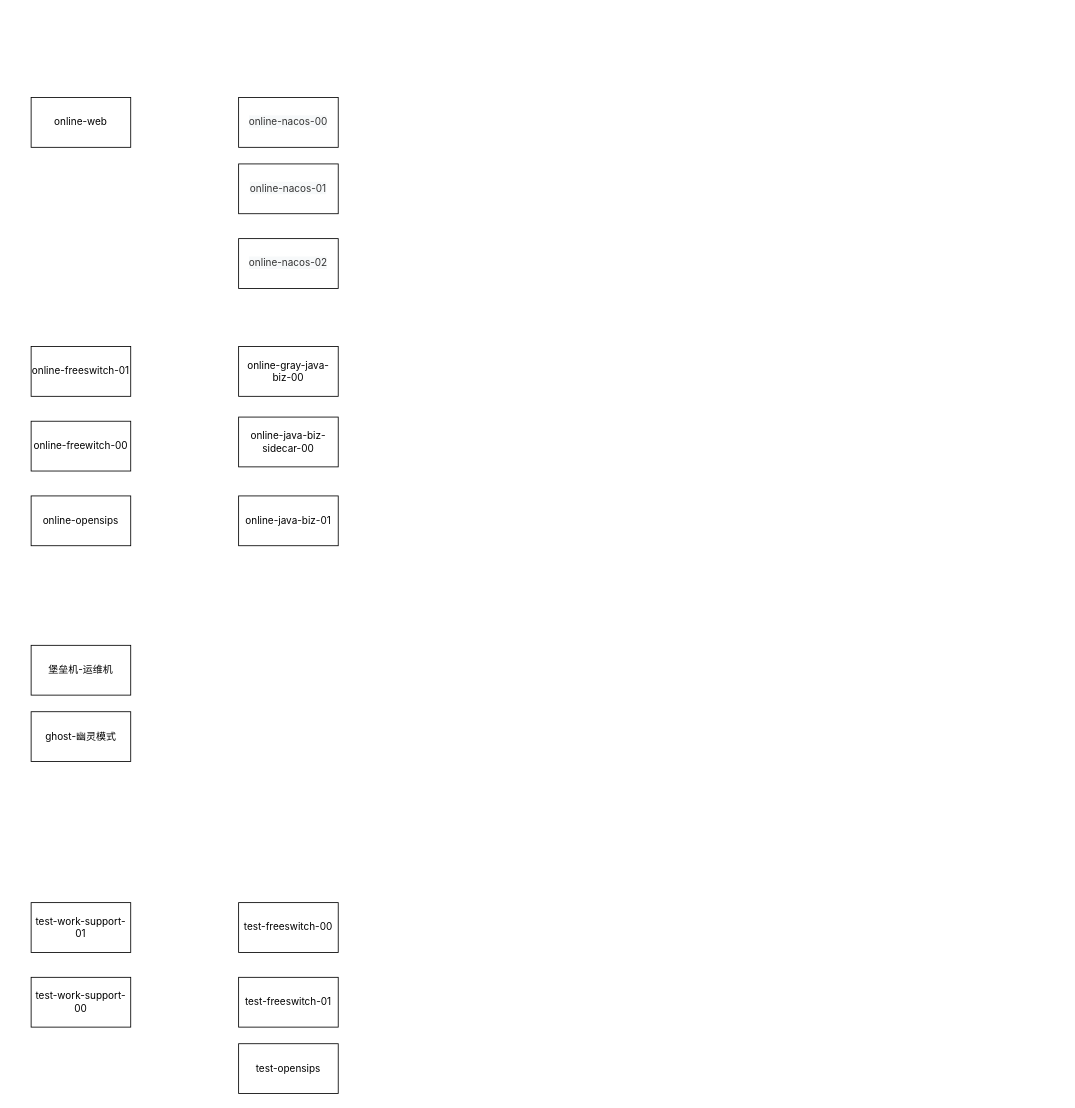
Before: 生产环境网络架构图1.1.drawio in zhuhuifei/draw.io, a draw.io diagram. Source tidied: cells renumbered, new cells numbered last; positions are measured from the earlier drawing's top-left corner, leaving out a move shared by most shapes. Both pictures are drawn from the tidied source at 83%, with x=0, y=0 at pixel (31, 97).
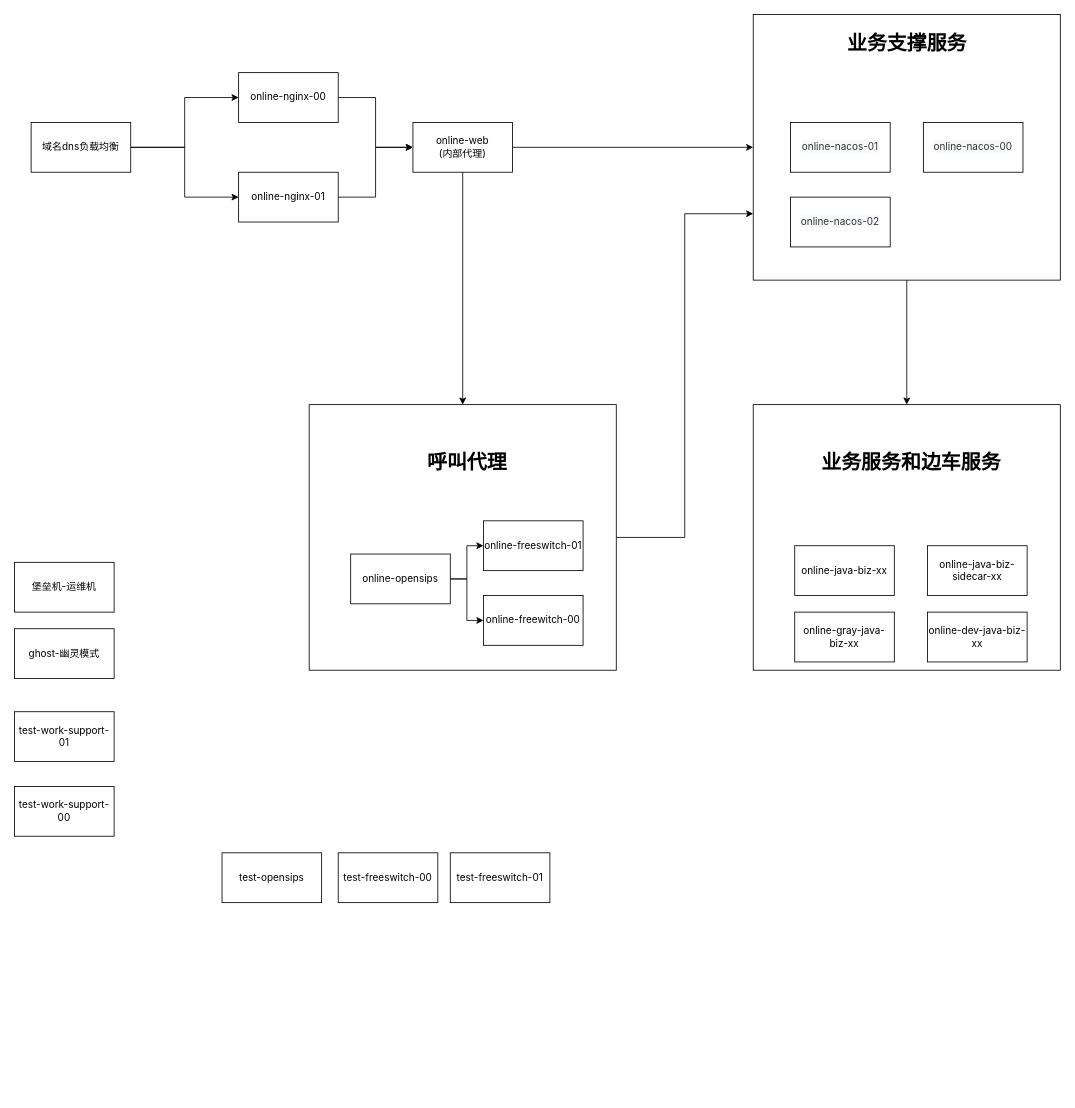
The same diagram, later.

Commit message:
更新生产环境网络架构图1.1.drawio

Diff of the diagram source:
```diff
@@
+    <mxCell id="19" style="edgeStyle=orthogonalEdgeStyle;rounded=0;jettySize=auto;html=1;entryX=0;entryY=0.75;entryDx=0;entryDy=0;" parent="1" edge="1" source="20" target="22">
+      <mxGeometry relative="1" as="geometry" />
+    </mxCell>
+    <mxCell id="20" style="rounded=0;whiteSpace=wrap;html=1;" parent="1" vertex="1">
+      <mxGeometry x="335" y="370" width="370" height="320" as="geometry" />
+    </mxCell>
+    <mxCell id="21" value="呼叫代理" style="text;strokeColor=none;fillColor=none;html=1;fontSize=24;fontStyle=1;verticalAlign=middle;align=center;" parent="1" vertex="1">
+      <mxGeometry x="412.5" y="410" width="225" height="60" as="geometry" />
+    </mxCell>
+    <mxCell id="22" style="rounded=0;whiteSpace=wrap;html=1;" parent="1" vertex="1">
+      <mxGeometry x="870" y="-100" width="370" height="320" as="geometry" />
+    </mxCell>
+    <mxCell id="23" style="rounded=0;whiteSpace=wrap;html=1;" parent="1" vertex="1">
+      <mxGeometry x="870" y="370" width="370" height="320" as="geometry" />
+    </mxCell>
     <mxCell id="2" value="&lt;span style=&quot;color: rgb(51, 51, 51); font-family: -apple-system, BlinkMacSystemFont, &amp;quot;Segoe UI&amp;quot;, &amp;quot;PingFang SC&amp;quot;, &amp;quot;Hiragino Sans GB&amp;quot;, &amp;quot;Microsoft YaHei&amp;quot;, &amp;quot;Helvetica Neue&amp;quot;, Helvetica, Arial, sans-serif; text-align: left; background-color: rgb(247, 249, 250);&quot;&gt;online-nacos-00&lt;/span&gt;" style="rounded=0;whiteSpace=wrap;html=1;" parent="1" vertex="1">
-      <mxGeometry x="250" width="120" height="60" as="geometry" />
+      <mxGeometry x="1075" y="30" width="120" height="60" as="geometry" />
     </mxCell>
     <mxCell id="3" value="&lt;span style=&quot;color: rgb(51, 51, 51); font-family: -apple-system, BlinkMacSystemFont, &amp;quot;Segoe UI&amp;quot;, &amp;quot;PingFang SC&amp;quot;, &amp;quot;Hiragino Sans GB&amp;quot;, &amp;quot;Microsoft YaHei&amp;quot;, &amp;quot;Helvetica Neue&amp;quot;, Helvetica, Arial, sans-serif; text-align: left; background-color: rgb(247, 249, 250);&quot;&gt;online-nacos-01&lt;/span&gt;" style="rounded=0;whiteSpace=wrap;html=1;" parent="1" vertex="1">
-      <mxGeometry x="250" y="80" width="120" height="60" as="geometry" />
+      <mxGeometry x="915" y="30" width="120" height="60" as="geometry" />
     </mxCell>
     <mxCell id="4" value="&lt;span style=&quot;color: rgb(51, 51, 51); font-family: -apple-system, BlinkMacSystemFont, &amp;quot;Segoe UI&amp;quot;, &amp;quot;PingFang SC&amp;quot;, &amp;quot;Hiragino Sans GB&amp;quot;, &amp;quot;Microsoft YaHei&amp;quot;, &amp;quot;Helvetica Neue&amp;quot;, Helvetica, Arial, sans-serif; text-align: left; background-color: rgb(247, 249, 250);&quot;&gt;online-nacos-02&lt;/span&gt;" style="rounded=0;whiteSpace=wrap;html=1;" parent="1" vertex="1">
-      <mxGeometry x="250" y="170" width="120" height="60" as="geometry" />
+      <mxGeometry x="915" y="120" width="120" height="60" as="geometry" />
     </mxCell>
+    <mxCell id="24" style="edgeStyle=orthogonalEdgeStyle;rounded=0;jettySize=auto;html=1;entryX=0;entryY=0.5;entryDx=0;entryDy=0;" parent="1" edge="1" source="5" target="22">
+      <mxGeometry relative="1" as="geometry" />
+    </mxCell>
+    <mxCell id="25" style="edgeStyle=orthogonalEdgeStyle;rounded=0;jettySize=auto;html=1;entryX=0.5;entryY=0;entryDx=0;entryDy=0;exitX=0.5;exitY=1;exitDx=0;exitDy=0;" parent="1" edge="1" source="22" target="23">
+      <mxGeometry relative="1" as="geometry" />
+    </mxCell>
+    <mxCell id="26" style="edgeStyle=orthogonalEdgeStyle;rounded=0;jettySize=auto;html=1;entryX=0.5;entryY=0;entryDx=0;entryDy=0;" parent="1" edge="1" source="5" target="20">
+      <mxGeometry relative="1" as="geometry" />
+    </mxCell>
-    <mxCell id="5" value="&lt;span style=&quot;font-family: -apple-system, BlinkMacSystemFont, &amp;quot;Segoe UI&amp;quot;, &amp;quot;PingFang SC&amp;quot;, &amp;quot;Hiragino Sans GB&amp;quot;, &amp;quot;Microsoft YaHei&amp;quot;, &amp;quot;Helvetica Neue&amp;quot;, Helvetica, Arial, sans-serif; text-align: start;&quot;&gt;online-web&lt;/span&gt;" style="rounded=0;whiteSpace=wrap;html=1;" parent="1" vertex="1">
-      <mxGeometry width="120" height="60" as="geometry" />
+    <mxCell id="5" value="&lt;span style=&quot;font-family: -apple-system, BlinkMacSystemFont, &amp;quot;Segoe UI&amp;quot;, &amp;quot;PingFang SC&amp;quot;, &amp;quot;Hiragino Sans GB&amp;quot;, &amp;quot;Microsoft YaHei&amp;quot;, &amp;quot;Helvetica Neue&amp;quot;, Helvetica, Arial, sans-serif; text-align: start;&quot;&gt;online-web&lt;br&gt;(内部代理)&lt;br&gt;&lt;/span&gt;" style="rounded=0;whiteSpace=wrap;html=1;" parent="1" vertex="1">
+      <mxGeometry x="460" y="30" width="120" height="60" as="geometry" />
     </mxCell>
     <mxCell id="6" value="&lt;span style=&quot;font-family: -apple-system, BlinkMacSystemFont, &amp;quot;Segoe UI&amp;quot;, &amp;quot;PingFang SC&amp;quot;, &amp;quot;Hiragino Sans GB&amp;quot;, &amp;quot;Microsoft YaHei&amp;quot;, &amp;quot;Helvetica Neue&amp;quot;, Helvetica, Arial, sans-serif; text-align: start;&quot;&gt;online-freeswitch-01&lt;/span&gt;" style="rounded=0;whiteSpace=wrap;html=1;" parent="1" vertex="1">
-      <mxGeometry y="300" width="120" height="60" as="geometry" />
+      <mxGeometry x="545" y="510" width="120" height="60" as="geometry" />
     </mxCell>
-    <mxCell id="7" value="&lt;span style=&quot;font-family: -apple-system, BlinkMacSystemFont, &amp;quot;Segoe UI&amp;quot;, &amp;quot;PingFang SC&amp;quot;, &amp;quot;Hiragino Sans GB&amp;quot;, &amp;quot;Microsoft YaHei&amp;quot;, &amp;quot;Helvetica Neue&amp;quot;, Helvetica, Arial, sans-serif; text-align: start;&quot;&gt;online-gray-java-biz-00&lt;/span&gt;" style="rounded=0;whiteSpace=wrap;html=1;" parent="1" vertex="1">
-      <mxGeometry x="250" y="300" width="120" height="60" as="geometry" />
+    <mxCell id="7" value="&lt;span style=&quot;font-family: -apple-system, BlinkMacSystemFont, &amp;quot;Segoe UI&amp;quot;, &amp;quot;PingFang SC&amp;quot;, &amp;quot;Hiragino Sans GB&amp;quot;, &amp;quot;Microsoft YaHei&amp;quot;, &amp;quot;Helvetica Neue&amp;quot;, Helvetica, Arial, sans-serif; text-align: start;&quot;&gt;online-gray-java-biz-xx&lt;/span&gt;" style="rounded=0;whiteSpace=wrap;html=1;" parent="1" vertex="1">
+      <mxGeometry x="920" y="620" width="120" height="60" as="geometry" />
     </mxCell>
-    <mxCell id="8" value="&lt;span style=&quot;font-family: -apple-system, BlinkMacSystemFont, &amp;quot;Segoe UI&amp;quot;, &amp;quot;PingFang SC&amp;quot;, &amp;quot;Hiragino Sans GB&amp;quot;, &amp;quot;Microsoft YaHei&amp;quot;, &amp;quot;Helvetica Neue&amp;quot;, Helvetica, Arial, sans-serif; text-align: start;&quot;&gt;online-java-biz-sidecar-00&lt;/span&gt;" style="rounded=0;whiteSpace=wrap;html=1;" parent="1" vertex="1">
-      <mxGeometry x="250" y="385" width="120" height="60" as="geometry" />
-    </mxCell>
     <mxCell id="9" value="&lt;span style=&quot;font-family: -apple-system, BlinkMacSystemFont, &amp;quot;Segoe UI&amp;quot;, &amp;quot;PingFang SC&amp;quot;, &amp;quot;Hiragino Sans GB&amp;quot;, &amp;quot;Microsoft YaHei&amp;quot;, &amp;quot;Helvetica Neue&amp;quot;, Helvetica, Arial, sans-serif; text-align: start;&quot;&gt;online-freewitch-00&lt;/span&gt;" style="rounded=0;whiteSpace=wrap;html=1;" parent="1" vertex="1">
-      <mxGeometry y="390" width="120" height="60" as="geometry" />
+      <mxGeometry x="545" y="600" width="120" height="60" as="geometry" />
     </mxCell>
-    <mxCell id="10" value="&lt;span style=&quot;font-family: -apple-system, BlinkMacSystemFont, &amp;quot;Segoe UI&amp;quot;, &amp;quot;PingFang SC&amp;quot;, &amp;quot;Hiragino Sans GB&amp;quot;, &amp;quot;Microsoft YaHei&amp;quot;, &amp;quot;Helvetica Neue&amp;quot;, Helvetica, Arial, sans-serif; text-align: start;&quot;&gt;online-java-biz-01&lt;/span&gt;" style="rounded=0;whiteSpace=wrap;html=1;" parent="1" vertex="1">
-      <mxGeometry x="250" y="480" width="120" height="60" as="geometry" />
-    </mxCell>
+    <mxCell id="27" style="edgeStyle=orthogonalEdgeStyle;rounded=0;jettySize=auto;html=1;entryX=0;entryY=0.5;entryDx=0;entryDy=0;" parent="1" edge="1" source="11" target="6">
+      <mxGeometry relative="1" as="geometry" />
+    </mxCell>
+    <mxCell id="28" style="edgeStyle=orthogonalEdgeStyle;rounded=0;jettySize=auto;html=1;entryX=0;entryY=0.5;entryDx=0;entryDy=0;" parent="1" edge="1" source="11" target="9">
+      <mxGeometry relative="1" as="geometry" />
+    </mxCell>
     <mxCell id="11" value="&lt;span style=&quot;font-family: -apple-system, BlinkMacSystemFont, &amp;quot;Segoe UI&amp;quot;, &amp;quot;PingFang SC&amp;quot;, &amp;quot;Hiragino Sans GB&amp;quot;, &amp;quot;Microsoft YaHei&amp;quot;, &amp;quot;Helvetica Neue&amp;quot;, Helvetica, Arial, sans-serif; text-align: start;&quot;&gt;online-opensips&lt;/span&gt;" style="rounded=0;whiteSpace=wrap;html=1;" parent="1" vertex="1">
-      <mxGeometry y="480" width="120" height="60" as="geometry" />
+      <mxGeometry x="385" y="550" width="120" height="60" as="geometry" />
     </mxCell>
     <mxCell id="12" value="&lt;span style=&quot;font-family: -apple-system, BlinkMacSystemFont, &amp;quot;Segoe UI&amp;quot;, &amp;quot;PingFang SC&amp;quot;, &amp;quot;Hiragino Sans GB&amp;quot;, &amp;quot;Microsoft YaHei&amp;quot;, &amp;quot;Helvetica Neue&amp;quot;, Helvetica, Arial, sans-serif; text-align: start;&quot;&gt;test-freeswitch-01&lt;/span&gt;" style="rounded=0;whiteSpace=wrap;html=1;" parent="1" vertex="1">
-      <mxGeometry x="250" y="1060" width="120" height="60" as="geometry" />
+      <mxGeometry x="505" y="910" width="120" height="60" as="geometry" />
     </mxCell>
     <mxCell id="13" value="&lt;span style=&quot;font-family: -apple-system, BlinkMacSystemFont, &amp;quot;Segoe UI&amp;quot;, &amp;quot;PingFang SC&amp;quot;, &amp;quot;Hiragino Sans GB&amp;quot;, &amp;quot;Microsoft YaHei&amp;quot;, &amp;quot;Helvetica Neue&amp;quot;, Helvetica, Arial, sans-serif; text-align: start;&quot;&gt;test-freeswitch-00&lt;/span&gt;" style="rounded=0;whiteSpace=wrap;html=1;" parent="1" vertex="1">
-      <mxGeometry x="250" y="970" width="120" height="60" as="geometry" />
+      <mxGeometry x="370" y="910" width="120" height="60" as="geometry" />
     </mxCell>
     <mxCell id="14" value="&lt;span style=&quot;font-family: -apple-system, BlinkMacSystemFont, &amp;quot;Segoe UI&amp;quot;, &amp;quot;PingFang SC&amp;quot;, &amp;quot;Hiragino Sans GB&amp;quot;, &amp;quot;Microsoft YaHei&amp;quot;, &amp;quot;Helvetica Neue&amp;quot;, Helvetica, Arial, sans-serif; text-align: start;&quot;&gt;test-opensips&lt;/span&gt;" style="rounded=0;whiteSpace=wrap;html=1;" parent="1" vertex="1">
-      <mxGeometry x="250" y="1140" width="120" height="60" as="geometry" />
+      <mxGeometry x="230" y="910" width="120" height="60" as="geometry" />
     </mxCell>
     <mxCell id="15" value="&lt;span style=&quot;font-family: -apple-system, BlinkMacSystemFont, &amp;quot;Segoe UI&amp;quot;, &amp;quot;PingFang SC&amp;quot;, &amp;quot;Hiragino Sans GB&amp;quot;, &amp;quot;Microsoft YaHei&amp;quot;, &amp;quot;Helvetica Neue&amp;quot;, Helvetica, Arial, sans-serif; text-align: start;&quot;&gt;test-work-support-00&lt;/span&gt;" style="rounded=0;whiteSpace=wrap;html=1;" parent="1" vertex="1">
-      <mxGeometry y="1060" width="120" height="60" as="geometry" />
+      <mxGeometry x="-20" y="830" width="120" height="60" as="geometry" />
     </mxCell>
     <mxCell id="16" value="&lt;span style=&quot;font-family: -apple-system, BlinkMacSystemFont, &amp;quot;Segoe UI&amp;quot;, &amp;quot;PingFang SC&amp;quot;, &amp;quot;Hiragino Sans GB&amp;quot;, &amp;quot;Microsoft YaHei&amp;quot;, &amp;quot;Helvetica Neue&amp;quot;, Helvetica, Arial, sans-serif; text-align: start;&quot;&gt;test-work-support-01&lt;/span&gt;" style="rounded=0;whiteSpace=wrap;html=1;" parent="1" vertex="1">
-      <mxGeometry y="970" width="120" height="60" as="geometry" />
+      <mxGeometry x="-20" y="740" width="120" height="60" as="geometry" />
     </mxCell>
     <mxCell id="17" value="&lt;span style=&quot;font-family: -apple-system, BlinkMacSystemFont, &amp;quot;Segoe UI&amp;quot;, &amp;quot;PingFang SC&amp;quot;, &amp;quot;Hiragino Sans GB&amp;quot;, &amp;quot;Microsoft YaHei&amp;quot;, &amp;quot;Helvetica Neue&amp;quot;, Helvetica, Arial, sans-serif; text-align: start;&quot;&gt;ghost-幽灵模式&lt;/span&gt;" style="rounded=0;whiteSpace=wrap;html=1;" parent="1" vertex="1">
-      <mxGeometry y="740" width="120" height="60" as="geometry" />
+      <mxGeometry x="-20" y="640" width="120" height="60" as="geometry" />
     </mxCell>
     <mxCell id="18" value="&lt;span style=&quot;font-family: -apple-system, BlinkMacSystemFont, &amp;quot;Segoe UI&amp;quot;, &amp;quot;PingFang SC&amp;quot;, &amp;quot;Hiragino Sans GB&amp;quot;, &amp;quot;Microsoft YaHei&amp;quot;, &amp;quot;Helvetica Neue&amp;quot;, Helvetica, Arial, sans-serif; text-align: start;&quot;&gt;堡垒机-运维机&lt;/span&gt;" style="rounded=0;whiteSpace=wrap;html=1;" parent="1" vertex="1">
-      <mxGeometry y="660" width="120" height="60" as="geometry" />
+      <mxGeometry x="-20" y="560" width="120" height="60" as="geometry" />
     </mxCell>
+    <mxCell id="29" style="edgeStyle=orthogonalEdgeStyle;rounded=0;jettySize=auto;html=1;entryX=0;entryY=0.5;entryDx=0;entryDy=0;" parent="1" edge="1" source="30" target="5">
+      <mxGeometry relative="1" as="geometry" />
+    </mxCell>
+    <mxCell id="30" value="&lt;span style=&quot;font-family: -apple-system, BlinkMacSystemFont, &amp;quot;Segoe UI&amp;quot;, &amp;quot;PingFang SC&amp;quot;, &amp;quot;Hiragino Sans GB&amp;quot;, &amp;quot;Microsoft YaHei&amp;quot;, &amp;quot;Helvetica Neue&amp;quot;, Helvetica, Arial, sans-serif; text-align: start;&quot;&gt;online-nginx-00&lt;/span&gt;" style="rounded=0;whiteSpace=wrap;html=1;" parent="1" vertex="1">
+      <mxGeometry x="250" y="-30" width="120" height="60" as="geometry" />
+    </mxCell>
+    <mxCell id="31" style="edgeStyle=orthogonalEdgeStyle;rounded=0;jettySize=auto;html=1;" parent="1" edge="1" source="32" target="5">
+      <mxGeometry relative="1" as="geometry" />
+    </mxCell>
+    <mxCell id="32" value="&lt;span style=&quot;font-family: -apple-system, BlinkMacSystemFont, &amp;quot;Segoe UI&amp;quot;, &amp;quot;PingFang SC&amp;quot;, &amp;quot;Hiragino Sans GB&amp;quot;, &amp;quot;Microsoft YaHei&amp;quot;, &amp;quot;Helvetica Neue&amp;quot;, Helvetica, Arial, sans-serif; text-align: start;&quot;&gt;online-nginx-01&lt;/span&gt;" style="rounded=0;whiteSpace=wrap;html=1;" parent="1" vertex="1">
+      <mxGeometry x="250" y="90" width="120" height="60" as="geometry" />
+    </mxCell>
+    <mxCell id="33" style="edgeStyle=orthogonalEdgeStyle;rounded=0;jettySize=auto;html=1;" parent="1" edge="1" source="35" target="30">
+      <mxGeometry relative="1" as="geometry" />
+    </mxCell>
+    <mxCell id="34" style="edgeStyle=orthogonalEdgeStyle;rounded=0;jettySize=auto;html=1;entryX=0;entryY=0.5;entryDx=0;entryDy=0;" parent="1" edge="1" source="35" target="32">
+      <mxGeometry relative="1" as="geometry" />
+    </mxCell>
+    <mxCell id="35" value="&lt;div style=&quot;text-align: start;&quot;&gt;&lt;span style=&quot;background-color: initial;&quot;&gt;&lt;font face=&quot;-apple-system, BlinkMacSystemFont, Segoe UI, PingFang SC, Hiragino Sans GB, Microsoft YaHei, Helvetica Neue, Helvetica, Arial, sans-serif&quot;&gt;域名dns负载均衡&lt;/font&gt;&lt;/span&gt;&lt;/div&gt;" style="rounded=0;whiteSpace=wrap;html=1;" parent="1" vertex="1">
+      <mxGeometry y="30" width="120" height="60" as="geometry" />
+    </mxCell>
+    <mxCell id="36" value="业务支撑服务" style="text;strokeColor=none;fillColor=none;html=1;fontSize=24;fontStyle=1;verticalAlign=middle;align=center;" parent="1" vertex="1">
+      <mxGeometry x="975" y="-90" width="160" height="50" as="geometry" />
+    </mxCell>
+    <mxCell id="37" value="&lt;span style=&quot;font-family: -apple-system, BlinkMacSystemFont, &amp;quot;Segoe UI&amp;quot;, &amp;quot;PingFang SC&amp;quot;, &amp;quot;Hiragino Sans GB&amp;quot;, &amp;quot;Microsoft YaHei&amp;quot;, &amp;quot;Helvetica Neue&amp;quot;, Helvetica, Arial, sans-serif; text-align: start;&quot;&gt;online-java-biz-sidecar-xx&lt;/span&gt;" style="rounded=0;whiteSpace=wrap;html=1;" parent="1" vertex="1">
+      <mxGeometry x="1080" y="540" width="120" height="60" as="geometry" />
+    </mxCell>
+    <mxCell id="38" value="&lt;span style=&quot;font-family: -apple-system, BlinkMacSystemFont, &amp;quot;Segoe UI&amp;quot;, &amp;quot;PingFang SC&amp;quot;, &amp;quot;Hiragino Sans GB&amp;quot;, &amp;quot;Microsoft YaHei&amp;quot;, &amp;quot;Helvetica Neue&amp;quot;, Helvetica, Arial, sans-serif; text-align: start;&quot;&gt;online-java-biz-xx&lt;/span&gt;" style="rounded=0;whiteSpace=wrap;html=1;" parent="1" vertex="1">
+      <mxGeometry x="920" y="540" width="120" height="60" as="geometry" />
+    </mxCell>
+    <mxCell id="39" value="业务服务和边车服务" style="text;strokeColor=none;fillColor=none;html=1;fontSize=24;fontStyle=1;verticalAlign=middle;align=center;" parent="1" vertex="1">
+      <mxGeometry x="947.5" y="410" width="225" height="60" as="geometry" />
+    </mxCell>
+    <mxCell id="40" value="&lt;span style=&quot;font-family: -apple-system, BlinkMacSystemFont, &amp;quot;Segoe UI&amp;quot;, &amp;quot;PingFang SC&amp;quot;, &amp;quot;Hiragino Sans GB&amp;quot;, &amp;quot;Microsoft YaHei&amp;quot;, &amp;quot;Helvetica Neue&amp;quot;, Helvetica, Arial, sans-serif; text-align: start;&quot;&gt;online-dev-java-biz-xx&lt;/span&gt;" style="rounded=0;whiteSpace=wrap;html=1;" parent="1" vertex="1">
+      <mxGeometry x="1080" y="620" width="120" height="60" as="geometry" />
+    </mxCell>
```
